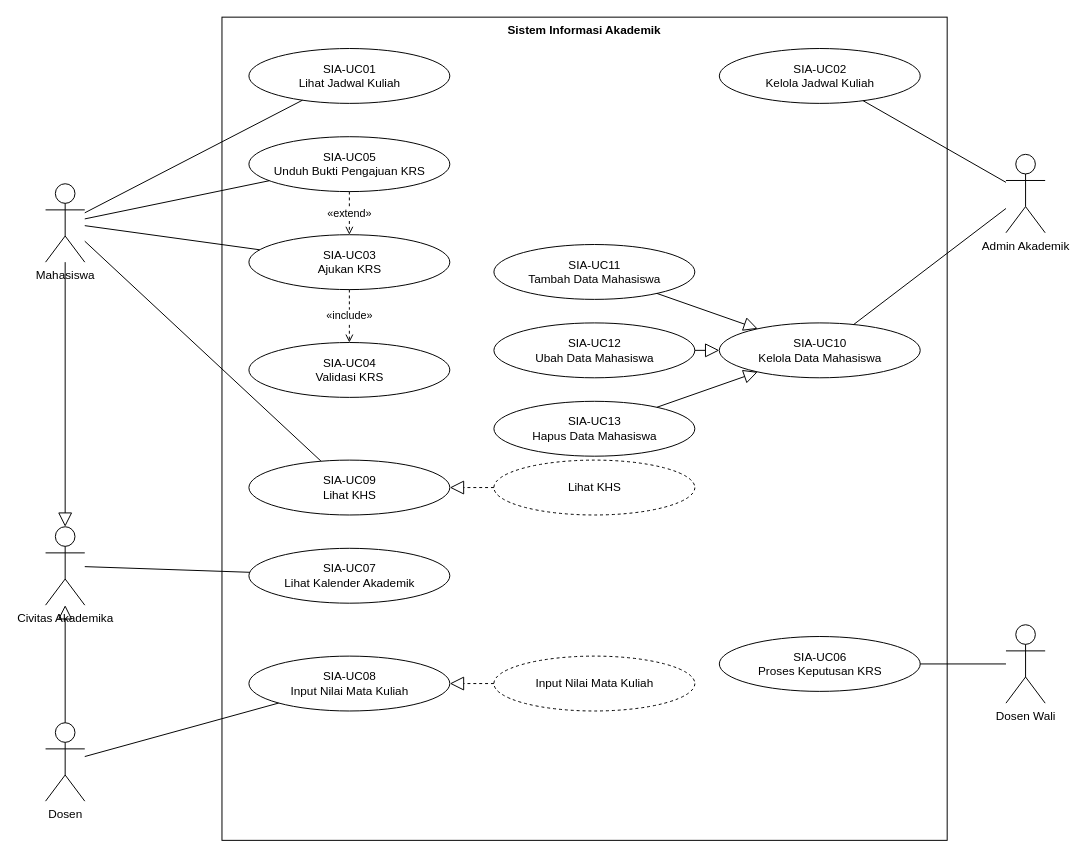
Earlier version of the draw.io diagram 03_latihan_tools/P04/SIA/P04_2406027_SIA_usecase_v01.drawio (Muhamadrojaka15/IFRWP5149_2406027_LabAlat). Source tidied: cells renumbered, new cells numbered last; positions are measured from the earlier drawing's top-left corner, leaving out a move shared by most shapes. Both pictures are drawn from the tidied source at 98%, with x=0, y=0 at pixel (45, 17).
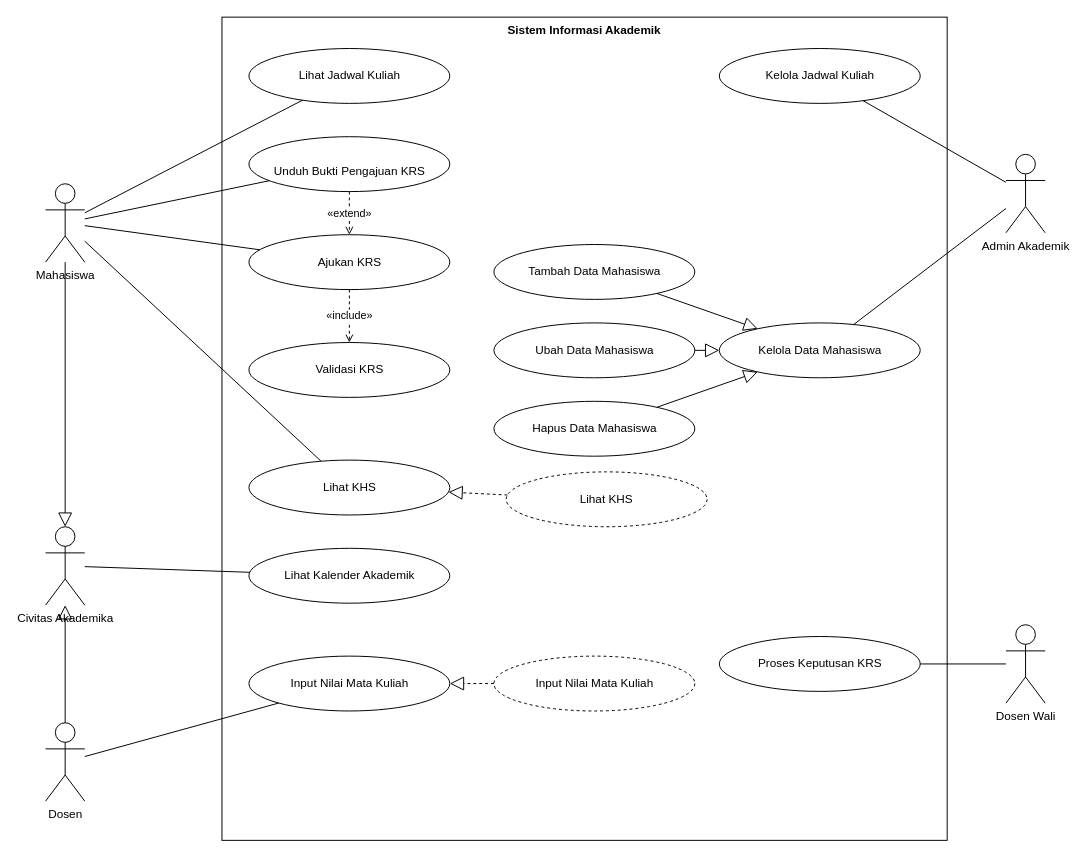
The same diagram, later.

Commit message:
Pertemuan 4 USE CASE DIAGRAM LANJUTAN: GENERALIZATION DAN COLLABORATION

Diff of the diagram source:
```diff
@@
-    <mxCell id="8" value="SIA-UC01&lt;br&gt;Lihat Jadwal Kuliah" style="ellipse;whiteSpace=wrap;html=1;" parent="1" vertex="1">
+    <mxCell id="8" value="Lihat Jadwal Kuliah" style="ellipse;whiteSpace=wrap;html=1;" parent="1" vertex="1">
       <mxGeometry x="207.5" y="32" width="205" height="56" as="geometry" />
     </mxCell>
-    <mxCell id="9" value="SIA-UC05&lt;br&gt;Unduh Bukti Pengajuan KRS" style="ellipse;whiteSpace=wrap;html=1;" parent="1" vertex="1">
+    <mxCell id="9" value="&lt;br&gt;Unduh Bukti Pengajuan KRS" style="ellipse;whiteSpace=wrap;html=1;" parent="1" vertex="1">
       <mxGeometry x="207.5" y="122" width="205" height="56" as="geometry" />
     </mxCell>
-    <mxCell id="10" value="SIA-UC03&lt;br&gt;Ajukan KRS" style="ellipse;whiteSpace=wrap;html=1;" parent="1" vertex="1">
+    <mxCell id="10" value="Ajukan KRS" style="ellipse;whiteSpace=wrap;html=1;" parent="1" vertex="1">
       <mxGeometry x="207.5" y="222" width="205" height="56" as="geometry" />
     </mxCell>
-    <mxCell id="11" value="SIA-UC04&lt;br&gt;Validasi KRS" style="ellipse;whiteSpace=wrap;html=1;" parent="1" vertex="1">
+    <mxCell id="11" value="Validasi KRS" style="ellipse;whiteSpace=wrap;html=1;" parent="1" vertex="1">
       <mxGeometry x="207.5" y="332" width="205" height="56" as="geometry" />
     </mxCell>
-    <mxCell id="12" value="SIA-UC09&lt;br&gt;Lihat KHS" style="ellipse;whiteSpace=wrap;html=1;" parent="1" vertex="1">
+    <mxCell id="12" value="Lihat KHS" style="ellipse;whiteSpace=wrap;html=1;" parent="1" vertex="1">
       <mxGeometry x="207.5" y="452" width="205" height="56" as="geometry" />
     </mxCell>
-    <mxCell id="13" value="SIA-UC07&lt;br&gt;Lihat Kalender Akademik" style="ellipse;whiteSpace=wrap;html=1;" parent="1" vertex="1">
+    <mxCell id="13" value="Lihat Kalender Akademik" style="ellipse;whiteSpace=wrap;html=1;" parent="1" vertex="1">
       <mxGeometry x="207.5" y="542" width="205" height="56" as="geometry" />
     </mxCell>
-    <mxCell id="14" value="SIA-UC08&lt;br&gt;Input Nilai Mata Kuliah" style="ellipse;whiteSpace=wrap;html=1;" parent="1" vertex="1">
+    <mxCell id="14" value="Input Nilai Mata Kuliah" style="ellipse;whiteSpace=wrap;html=1;" parent="1" vertex="1">
       <mxGeometry x="207.5" y="652" width="205" height="56" as="geometry" />
     </mxCell>
-    <mxCell id="15" value="SIA-UC02&lt;br&gt;Kelola Jadwal Kuliah" style="ellipse;whiteSpace=wrap;html=1;" parent="1" vertex="1">
+    <mxCell id="15" value="Kelola Jadwal Kuliah" style="ellipse;whiteSpace=wrap;html=1;" parent="1" vertex="1">
       <mxGeometry x="687.5" y="32" width="205" height="56" as="geometry" />
     </mxCell>
-    <mxCell id="16" value="SIA-UC10&lt;br&gt;Kelola Data Mahasiswa" style="ellipse;whiteSpace=wrap;html=1;" parent="1" vertex="1">
+    <mxCell id="16" value="Kelola Data Mahasiswa" style="ellipse;whiteSpace=wrap;html=1;" parent="1" vertex="1">
       <mxGeometry x="687.5" y="312" width="205" height="56" as="geometry" />
     </mxCell>
-    <mxCell id="17" value="SIA-UC11&lt;br&gt;Tambah Data Mahasiswa" style="ellipse;whiteSpace=wrap;html=1;" parent="1" vertex="1">
+    <mxCell id="17" value="Tambah Data Mahasiswa" style="ellipse;whiteSpace=wrap;html=1;" parent="1" vertex="1">
       <mxGeometry x="457.5" y="232" width="205" height="56" as="geometry" />
     </mxCell>
-    <mxCell id="18" value="SIA-UC12&lt;br&gt;Ubah Data Mahasiswa" style="ellipse;whiteSpace=wrap;html=1;" parent="1" vertex="1">
+    <mxCell id="18" value="Ubah Data Mahasiswa" style="ellipse;whiteSpace=wrap;html=1;" parent="1" vertex="1">
       <mxGeometry x="457.5" y="312" width="205" height="56" as="geometry" />
     </mxCell>
-    <mxCell id="19" value="SIA-UC13&lt;br&gt;Hapus Data Mahasiswa" style="ellipse;whiteSpace=wrap;html=1;" parent="1" vertex="1">
+    <mxCell id="19" value="Hapus Data Mahasiswa" style="ellipse;whiteSpace=wrap;html=1;" parent="1" vertex="1">
       <mxGeometry x="457.5" y="392" width="205" height="56" as="geometry" />
     </mxCell>
-    <mxCell id="20" value="SIA-UC06&lt;br&gt;Proses Keputusan KRS" style="ellipse;whiteSpace=wrap;html=1;" parent="1" vertex="1">
+    <mxCell id="20" value="Proses Keputusan KRS" style="ellipse;whiteSpace=wrap;html=1;" parent="1" vertex="1">
       <mxGeometry x="687.5" y="632" width="205" height="56" as="geometry" />
     </mxCell>
     <mxCell id="21" value="Lihat KHS" style="ellipse;whiteSpace=wrap;html=1;dashed=1;" parent="1" vertex="1">
-      <mxGeometry x="457.5" y="452" width="205" height="56" as="geometry" />
+      <mxGeometry x="470" y="464" width="205" height="56" as="geometry" />
     </mxCell>
```
